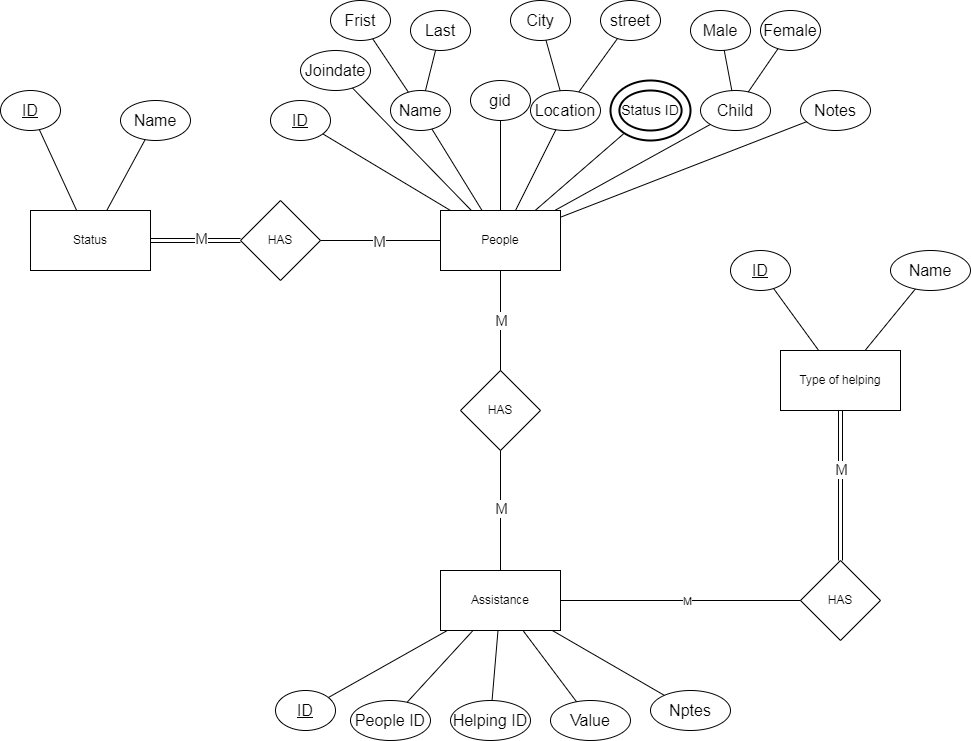
The draw.io diagram DataBase/kherko.png in Mo-Ahmed-Ah/Java_Project, before a commit. Source tidied: cells renumbered, new cells last; positions are measured from the earlier drawing's top-left corner, leaving out a move shared by most shapes.
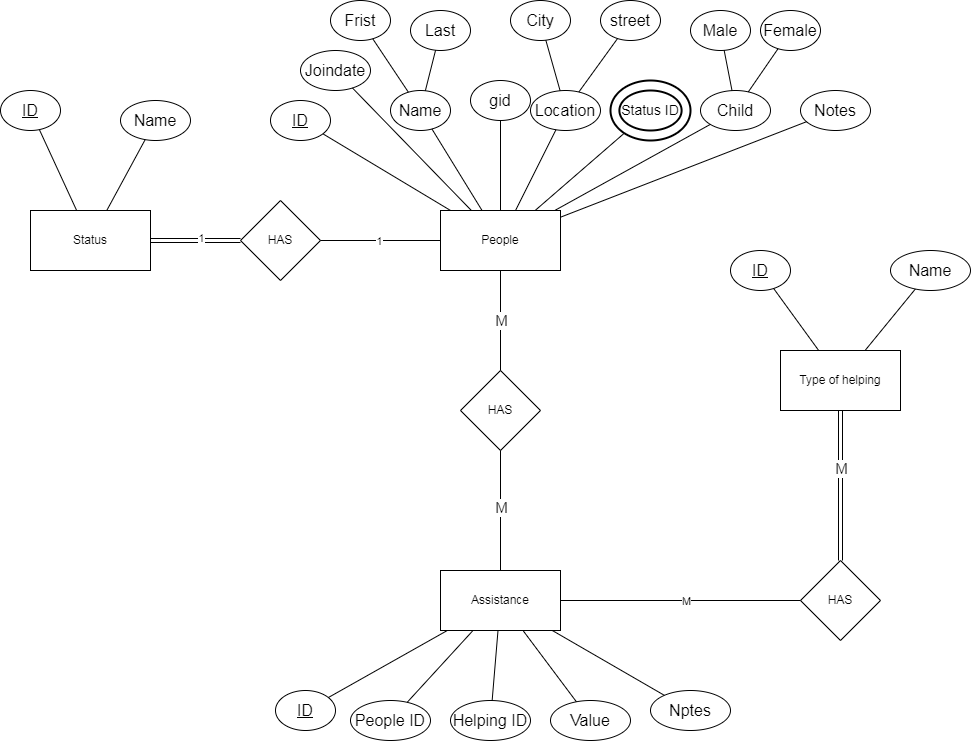
The same diagram one commit later.

Commit message:
update databases erd and mapping

Diff of the diagram source:
```diff
@@ -200,7 +200,7 @@
     <mxCell id="65" style="endArrow=none;html=1;rounded=0;" parent="1" edge="1" source="64" target="2">
       <mxGeometry relative="1" as="geometry" />
     </mxCell>
-    <mxCell id="66" value="&lt;font style=&quot;font-size: 15px;&quot;&gt;M&lt;/font&gt;" style="edgeLabel;html=1;align=center;verticalAlign=middle;" parent="65" vertex="1">
+    <mxCell id="66" value="1" style="edgeLabel;html=1;align=center;verticalAlign=middle;" parent="65" vertex="1">
       <mxGeometry x="0.02" y="-3" relative="1" as="geometry">
         <mxPoint x="-3" y="-3" as="offset" />
       </mxGeometry>
@@ -208,7 +208,7 @@
     <mxCell id="67" style="endArrow=none;html=1;rounded=0;shape=link;" parent="1" edge="1" source="59" target="64">
       <mxGeometry relative="1" as="geometry" />
     </mxCell>
-    <mxCell id="68" value="&lt;font style=&quot;font-size: 15px;&quot;&gt;M&lt;/font&gt;" style="edgeLabel;html=1;align=center;verticalAlign=middle;" parent="67" vertex="1">
+    <mxCell id="68" value="1" style="edgeLabel;html=1;align=center;verticalAlign=middle;" parent="67" vertex="1">
       <mxGeometry x="0.05" y="3" relative="1" as="geometry">
         <mxPoint x="3" as="offset" />
       </mxGeometry>
```
